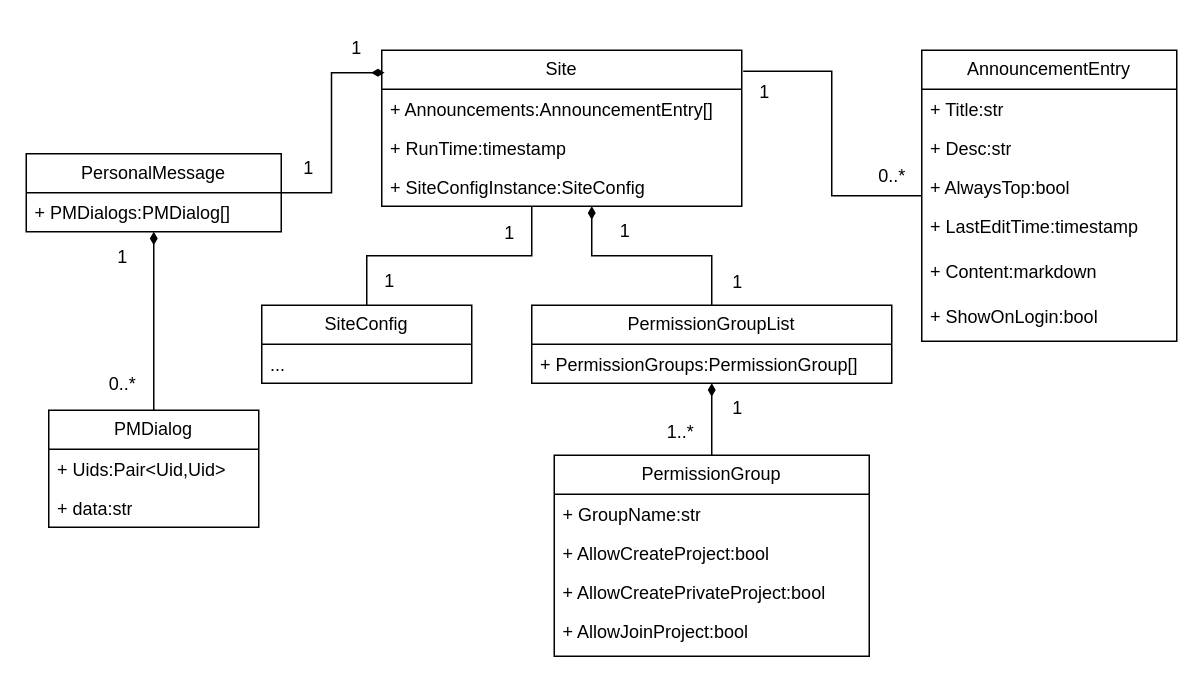
Earlier version of the draw.io diagram Site类图.drawio (icemeowzhi/bach_final_diags). Source tidied: cells renumbered, new cells numbered last; positions are measured from the earlier drawing's top-left corner, leaving out a move shared by most shapes. Both pictures are drawn from the tidied source at 150%, with x=0, y=0 at pixel (26, 26).
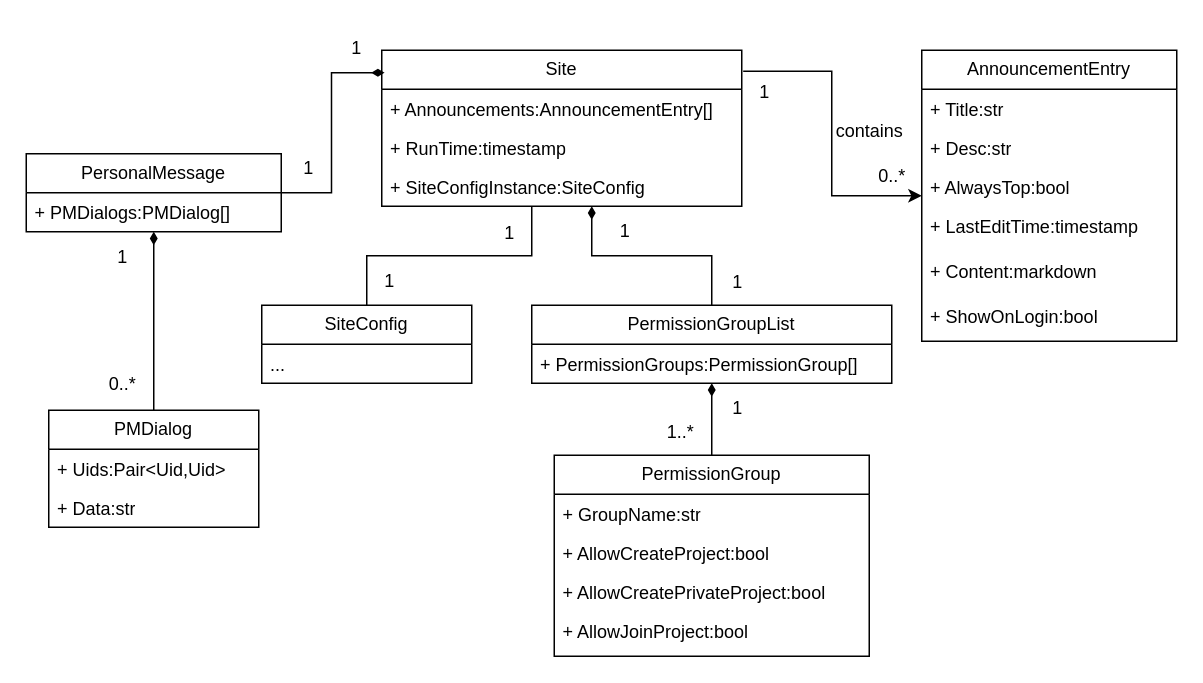
The same page after the edit.

Unchanged cells that the change refers to:
```xml
<mxCell id="2" value="Site" style="swimlane;fontStyle=0;horizontal=1;startSize=26;fillColor=none;whiteSpace=wrap;html=1;" parent="1" vertex="1">
  <mxGeometry x="237" y="16" width="240" height="104" as="geometry" />
</mxCell>
<mxCell id="6" value="SiteConfig" style="swimlane;fontStyle=0;horizontal=1;startSize=26;fillColor=none;whiteSpace=wrap;html=1;" parent="1" vertex="1">
  <mxGeometry x="157" y="186" width="140" height="52" as="geometry" />
</mxCell>
<mxCell id="8" value="AnnouncementEntry" style="swimlane;fontStyle=0;horizontal=1;startSize=26;fillColor=none;whiteSpace=wrap;html=1;" parent="1" vertex="1">
  <mxGeometry x="597" y="16" width="170" height="194" as="geometry" />
</mxCell>
<mxCell id="40" value="PMDialog" style="swimlane;fontStyle=0;horizontal=1;startSize=26;fillColor=none;whiteSpace=wrap;html=1;" parent="1" vertex="1">
  <mxGeometry x="15" y="256" width="140" height="78" as="geometry" />
</mxCell>
```

Change to the diagram source:
```diff
@@
-    <mxCell id="15" style="edgeStyle=orthogonalEdgeStyle;rounded=0;jettySize=auto;html=1;entryX=1.004;entryY=0.135;entryDx=0;entryDy=0;entryPerimeter=0;endArrow=none;endFill=0;" parent="1" edge="1" source="8" target="2">
+    <mxCell id="15" style="edgeStyle=orthogonalEdgeStyle;rounded=0;jettySize=auto;html=1;entryX=1.004;entryY=0.135;entryDx=0;entryDy=0;entryPerimeter=0;endArrow=none;endFill=0;startArrow=classic;startFill=1;" parent="1" edge="1" source="8" target="2">
       <mxGeometry relative="1" as="geometry" />
     </mxCell>
-    <mxCell id="16" style="edgeStyle=orthogonalEdgeStyle;rounded=0;jettySize=auto;html=1;endArrow=none;endFill=0;" parent="1" edge="1" source="6" target="2">
+    <mxCell id="16" style="edgeStyle=orthogonalEdgeStyle;rounded=0;jettySize=auto;html=1;endArrow=none;endFill=0;startArrow=none;startFill=0;" parent="1" edge="1" source="6" target="2">
       <mxGeometry relative="1" as="geometry">
         <Array as="points">
           <mxPoint x="227" y="153" />
           <mxPoint x="337" y="153" />
         </Array>
       </mxGeometry>
     </mxCell>
@@
-    <mxCell id="42" value="+ data:str" style="text;strokeColor=none;fillColor=none;align=left;verticalAlign=top;spacingLeft=4;spacingRight=4;overflow=hidden;whiteSpace=wrap;html=1;" parent="40" vertex="1">
+    <mxCell id="42" value="+ Data:str" style="text;strokeColor=none;fillColor=none;align=left;verticalAlign=top;spacingLeft=4;spacingRight=4;overflow=hidden;whiteSpace=wrap;html=1;" parent="40" vertex="1">
       <mxGeometry y="52" width="140" height="26" as="geometry" />
     </mxCell>
@@
+    <mxCell id="45" value="contains" style="text;html=1;align=center;verticalAlign=middle;strokeColor=none;fillColor=none;" parent="1" vertex="1">
+      <mxGeometry x="527" y="55" width="70" height="30" as="geometry" />
+    </mxCell>
```
